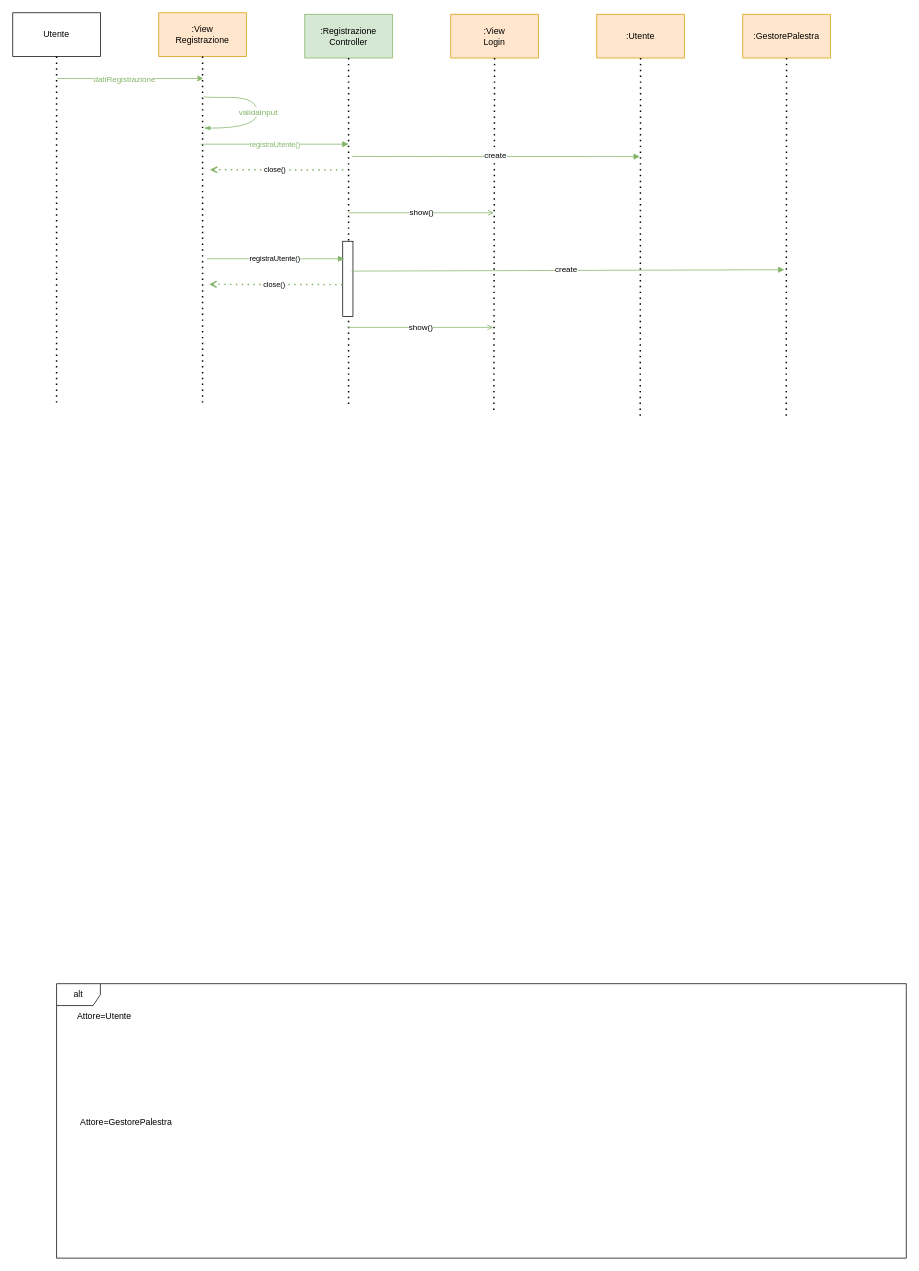
JosephBoom02/Progetto_Ingegneria_del_Software keeps this draw.io diagram as Diagrammi_Sequenza/Registrazione.drawio. Above is the earlier version. Source tidied: cells renumbered, new cells numbered last; positions are measured from the earlier drawing's top-left corner, leaving out a move shared by most shapes. Both pictures are drawn from the tidied source at 73%, with x=0, y=0 at pixel (12, 12).
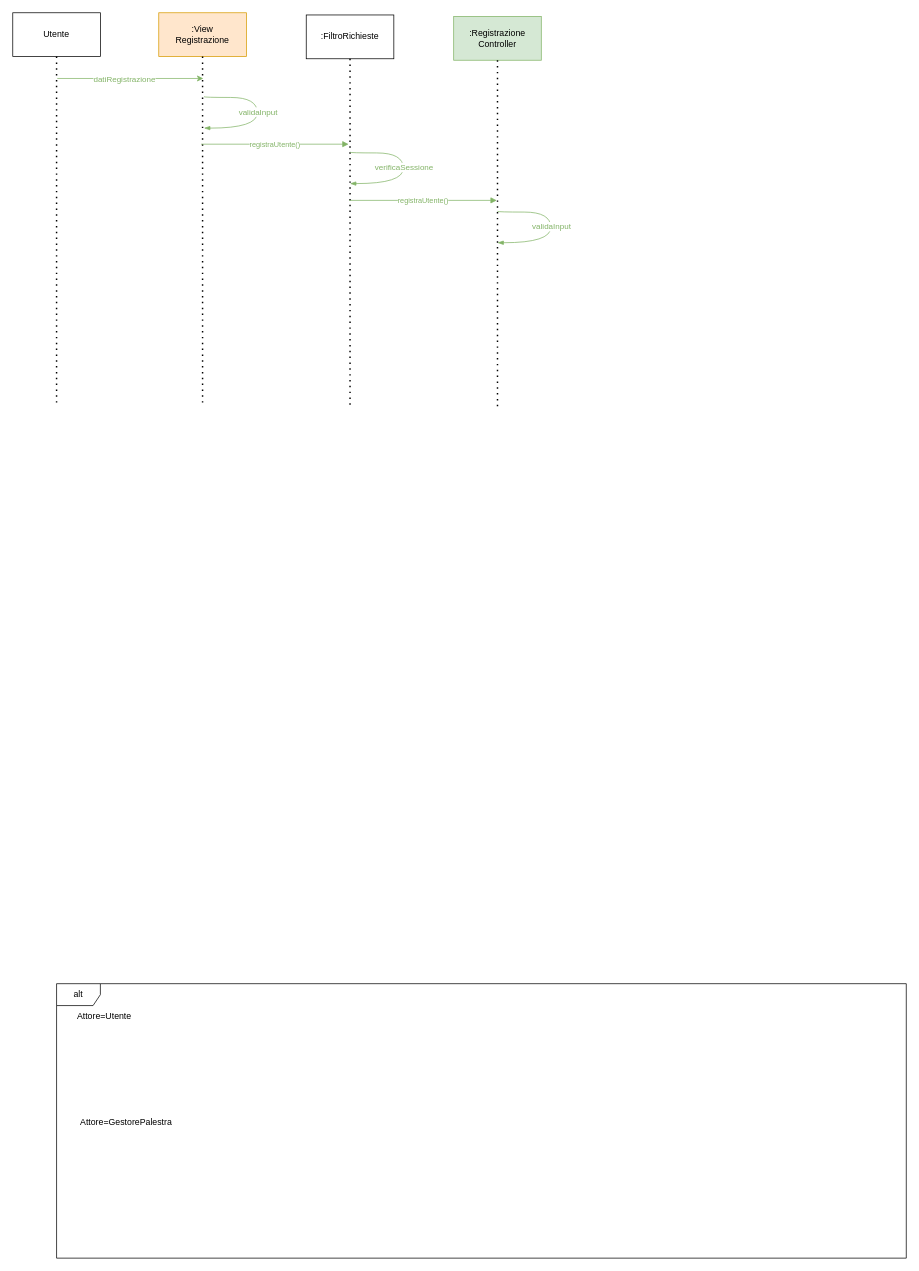
Above is the later version.

Change to the diagram source:
```diff
@@
     <mxCell id="3" value="&lt;div&gt;:Registrazione&lt;/div&gt;&lt;div&gt;Controller&lt;br&gt;&lt;/div&gt;" style="rounded=0;whiteSpace=wrap;html=1;fillColor=#d5e8d4;strokeColor=#82b366;" parent="1" vertex="1">
-      <mxGeometry x="400" y="2" width="120" height="60" as="geometry" />
+      <mxGeometry x="604" y="5" width="120" height="60" as="geometry" />
     </mxCell>
-    <mxCell id="4" value="&lt;div&gt;:View&lt;/div&gt;&lt;div&gt;Login&lt;br&gt;&lt;/div&gt;" style="rounded=0;whiteSpace=wrap;html=1;fillColor=#ffe6cc;strokeColor=#d79b00;" parent="1" vertex="1">
-      <mxGeometry x="600" y="2" width="120" height="60" as="geometry" />
-    </mxCell>
@@
     <mxCell id="6" style="endArrow=none;dashed=1;html=1;dashPattern=1 3;strokeWidth=2;rounded=0;exitX=0.5;exitY=1;exitDx=0;exitDy=0;" parent="1" edge="1" source="3">
       <mxGeometry relative="1" as="geometry">
-        <mxPoint x="460" y="541" as="targetPoint" />
+        <mxPoint x="664" y="544" as="targetPoint" />
       </mxGeometry>
     </mxCell>
-    <mxCell id="7" style="endArrow=none;dashed=1;html=1;dashPattern=1 3;strokeWidth=2;rounded=0;exitX=0.5;exitY=1;exitDx=0;exitDy=0;" parent="1" edge="1" source="4">
-      <mxGeometry relative="1" as="geometry">
-        <mxPoint x="659" y="544" as="targetPoint" />
-      </mxGeometry>
-    </mxCell>
@@
-    <mxCell id="15" style="endArrow=open;dashed=1;html=1;dashPattern=1 3;strokeWidth=2;rounded=0;endFill=0;exitX=0.577;exitY=1.029;exitDx=0;exitDy=0;exitPerimeter=0;fillColor=#d5e8d4;strokeColor=#82b366;" parent="1" edge="1">
-      <mxGeometry relative="1" as="geometry">
-        <mxPoint x="452.6" y="215.4" as="sourcePoint" />
-        <mxPoint x="270" y="215" as="targetPoint" />
-      </mxGeometry>
-    </mxCell>
-    <mxCell id="16" value="&lt;font style=&quot;font-size: 10px;&quot;&gt;close()&lt;/font&gt;" style="edgeLabel;html=1;align=center;verticalAlign=middle;" parent="15" vertex="1">
-      <mxGeometry x="0.03" y="-1" relative="1" as="geometry" />
-    </mxCell>
-    <mxCell id="17" value=":Utente" style="rounded=0;whiteSpace=wrap;html=1;fillColor=#ffe6cc;strokeColor=#d79b00;" parent="1" vertex="1">
-      <mxGeometry x="800" y="2" width="120" height="60" as="geometry" />
-    </mxCell>
-    <mxCell id="18" value=":GestorePalestra" style="rounded=0;whiteSpace=wrap;html=1;fillColor=#ffe6cc;strokeColor=#d79b00;" parent="1" vertex="1">
-      <mxGeometry x="1000" y="2" width="120" height="60" as="geometry" />
-    </mxCell>
-    <mxCell id="19" style="endArrow=none;dashed=1;html=1;dashPattern=1 3;strokeWidth=2;rounded=0;exitX=0.5;exitY=1;exitDx=0;exitDy=0;" parent="1" edge="1" source="17">
-      <mxGeometry relative="1" as="geometry">
-        <mxPoint x="859.5" y="552" as="targetPoint" />
-      </mxGeometry>
-    </mxCell>
-    <mxCell id="20" style="endArrow=none;dashed=1;html=1;dashPattern=1 3;strokeWidth=2;rounded=0;exitX=0.5;exitY=1;exitDx=0;exitDy=0;" parent="1" edge="1" source="18">
-      <mxGeometry relative="1" as="geometry">
-        <mxPoint x="1059.5" y="552" as="targetPoint" />
-      </mxGeometry>
-    </mxCell>
-    <mxCell id="21" style="endArrow=block;html=1;rounded=0;exitX=0.397;exitY=0.133;exitDx=0;exitDy=0;exitPerimeter=0;fillColor=#d5e8d4;strokeColor=#82b366;endFill=1;" parent="1" edge="1">
-      <mxGeometry relative="1" as="geometry">
-        <mxPoint x="465.1" y="196.9" as="sourcePoint" />
-        <mxPoint x="859" y="197" as="targetPoint" />
-      </mxGeometry>
-    </mxCell>
-    <mxCell id="22" value="create" style="edgeLabel;html=1;align=center;verticalAlign=middle;" parent="21" vertex="1">
-      <mxGeometry x="-0.01" y="1" relative="1" as="geometry" />
-    </mxCell>
-    <mxCell id="23" style="endArrow=open;html=1;rounded=0;exitX=0.097;exitY=0.027;exitDx=0;exitDy=0;exitPerimeter=0;fillColor=#d5e8d4;strokeColor=#82b366;endFill=0;" parent="1" edge="1">
-      <mxGeometry relative="1" as="geometry">
-        <mxPoint x="460" y="274" as="sourcePoint" />
-        <mxPoint x="659" y="274" as="targetPoint" />
-      </mxGeometry>
-    </mxCell>
-    <mxCell id="24" value="show()" style="edgeLabel;html=1;align=center;verticalAlign=middle;" parent="23" vertex="1">
-      <mxGeometry x="-0.01" y="1" relative="1" as="geometry" />
-    </mxCell>
-    <mxCell id="25" style="rounded=0;whiteSpace=wrap;html=1;rotation=90;" parent="1" vertex="1">
-      <mxGeometry x="407.5" y="357.5" width="103" height="14" as="geometry" />
-    </mxCell>
-    <mxCell id="26" style="endArrow=block;html=1;rounded=0;exitX=0.097;exitY=0.027;exitDx=0;exitDy=0;exitPerimeter=0;fillColor=#d5e8d4;strokeColor=#82b366;endFill=1;entryX=0.233;entryY=0.857;entryDx=0;entryDy=0;entryPerimeter=0;" parent="1" edge="1" target="25">
-      <mxGeometry relative="1" as="geometry">
-        <mxPoint x="266" y="337" as="sourcePoint" />
-      </mxGeometry>
-    </mxCell>
-    <mxCell id="27" value="&lt;font style=&quot;font-size: 10px;&quot;&gt;registraUtente()&lt;/font&gt;" style="edgeLabel;html=1;align=center;verticalAlign=middle;" parent="26" vertex="1">
-      <mxGeometry x="-0.01" y="1" relative="1" as="geometry" />
-    </mxCell>
-    <mxCell id="28" style="endArrow=open;dashed=1;html=1;dashPattern=1 3;strokeWidth=2;rounded=0;endFill=0;exitX=0.577;exitY=1.029;exitDx=0;exitDy=0;exitPerimeter=0;fillColor=#d5e8d4;strokeColor=#82b366;" parent="1" edge="1" source="25">
-      <mxGeometry relative="1" as="geometry">
-        <mxPoint x="269" y="372" as="targetPoint" />
-      </mxGeometry>
-    </mxCell>
-    <mxCell id="29" value="&lt;font style=&quot;font-size: 10px;&quot;&gt;close()&lt;/font&gt;" style="edgeLabel;html=1;align=center;verticalAlign=middle;" parent="28" vertex="1">
-      <mxGeometry x="0.03" y="-1" relative="1" as="geometry" />
-    </mxCell>
-    <mxCell id="30" style="endArrow=block;html=1;rounded=0;exitX=0.397;exitY=0.133;exitDx=0;exitDy=0;exitPerimeter=0;fillColor=#d5e8d4;strokeColor=#82b366;endFill=1;" parent="1" edge="1" source="25">
-      <mxGeometry relative="1" as="geometry">
-        <mxPoint x="1057" y="352" as="targetPoint" />
-      </mxGeometry>
-    </mxCell>
-    <mxCell id="31" value="create" style="edgeLabel;html=1;align=center;verticalAlign=middle;" parent="30" vertex="1">
-      <mxGeometry x="-0.01" y="1" relative="1" as="geometry" />
-    </mxCell>
-    <mxCell id="32" style="endArrow=open;html=1;rounded=0;exitX=0.097;exitY=0.027;exitDx=0;exitDy=0;exitPerimeter=0;fillColor=#d5e8d4;strokeColor=#82b366;endFill=0;" parent="1" edge="1">
-      <mxGeometry relative="1" as="geometry">
-        <mxPoint x="459" y="431" as="sourcePoint" />
-        <mxPoint x="658" y="431" as="targetPoint" />
-      </mxGeometry>
-    </mxCell>
-    <mxCell id="33" value="show()" style="edgeLabel;html=1;align=center;verticalAlign=middle;" parent="32" vertex="1">
-      <mxGeometry x="-0.01" y="1" relative="1" as="geometry" />
-    </mxCell>
@@
+    <mxCell id="38" value=":FiltroRichieste" style="rounded=0;whiteSpace=wrap;html=1;" parent="1" vertex="1">
+      <mxGeometry x="402" y="3" width="120" height="60" as="geometry" />
+    </mxCell>
+    <mxCell id="39" style="endArrow=none;dashed=1;html=1;dashPattern=1 3;strokeWidth=2;rounded=0;exitX=0.5;exitY=1;exitDx=0;exitDy=0;" parent="1" edge="1" source="38">
+      <mxGeometry relative="1" as="geometry">
+        <mxPoint x="462" y="541" as="targetPoint" />
+      </mxGeometry>
+    </mxCell>
+    <mxCell id="40" style="endArrow=blockThin;html=1;rounded=0;fillColor=#d5e8d4;strokeColor=#82b366;endFill=1;edgeStyle=orthogonalEdgeStyle;curved=1;" parent="1" edge="1">
+      <mxGeometry relative="1" as="geometry">
+        <mxPoint x="462" y="191" as="sourcePoint" />
+        <mxPoint x="462" y="234" as="targetPoint" />
+        <Array as="points">
+          <mxPoint x="462" y="192" />
+          <mxPoint x="535" y="192" />
+          <mxPoint x="535" y="234" />
+        </Array>
+      </mxGeometry>
+    </mxCell>
+    <mxCell id="41" value="&lt;font color=&quot;#82b366&quot;&gt;verificaSessione&lt;/font&gt;" style="edgeLabel;html=1;align=center;verticalAlign=middle;" parent="40" vertex="1">
+      <mxGeometry x="-0.02" relative="1" as="geometry" />
+    </mxCell>
+    <mxCell id="42" style="endArrow=block;html=1;rounded=0;fillColor=#d5e8d4;strokeColor=#82b366;endFill=1;" parent="1" edge="1">
+      <mxGeometry relative="1" as="geometry">
+        <mxPoint x="461" y="257" as="sourcePoint" />
+        <mxPoint x="663" y="257" as="targetPoint" />
+      </mxGeometry>
+    </mxCell>
+    <mxCell id="27" value="&lt;font color=&quot;#82b366&quot; style=&quot;font-size: 10px;&quot;&gt;registraUtente()&lt;/font&gt;" style="edgeLabel;html=1;align=center;verticalAlign=middle;" parent="42" vertex="1">
+      <mxGeometry x="-0.01" y="1" relative="1" as="geometry" />
+    </mxCell>
+    <mxCell id="43" style="endArrow=blockThin;html=1;rounded=0;fillColor=#d5e8d4;strokeColor=#82b366;endFill=1;edgeStyle=orthogonalEdgeStyle;curved=1;" parent="1" edge="1">
+      <mxGeometry relative="1" as="geometry">
+        <mxPoint x="664" y="272" as="sourcePoint" />
+        <mxPoint x="664" y="315" as="targetPoint" />
+        <Array as="points">
+          <mxPoint x="664" y="273" />
+          <mxPoint x="737" y="273" />
+          <mxPoint x="737" y="315" />
+        </Array>
+      </mxGeometry>
+    </mxCell>
+    <mxCell id="44" value="&lt;font color=&quot;#82b366&quot;&gt;validaInput&lt;/font&gt;" style="edgeLabel;html=1;align=center;verticalAlign=middle;" parent="43" vertex="1">
+      <mxGeometry x="-0.02" relative="1" as="geometry" />
+    </mxCell>
```
